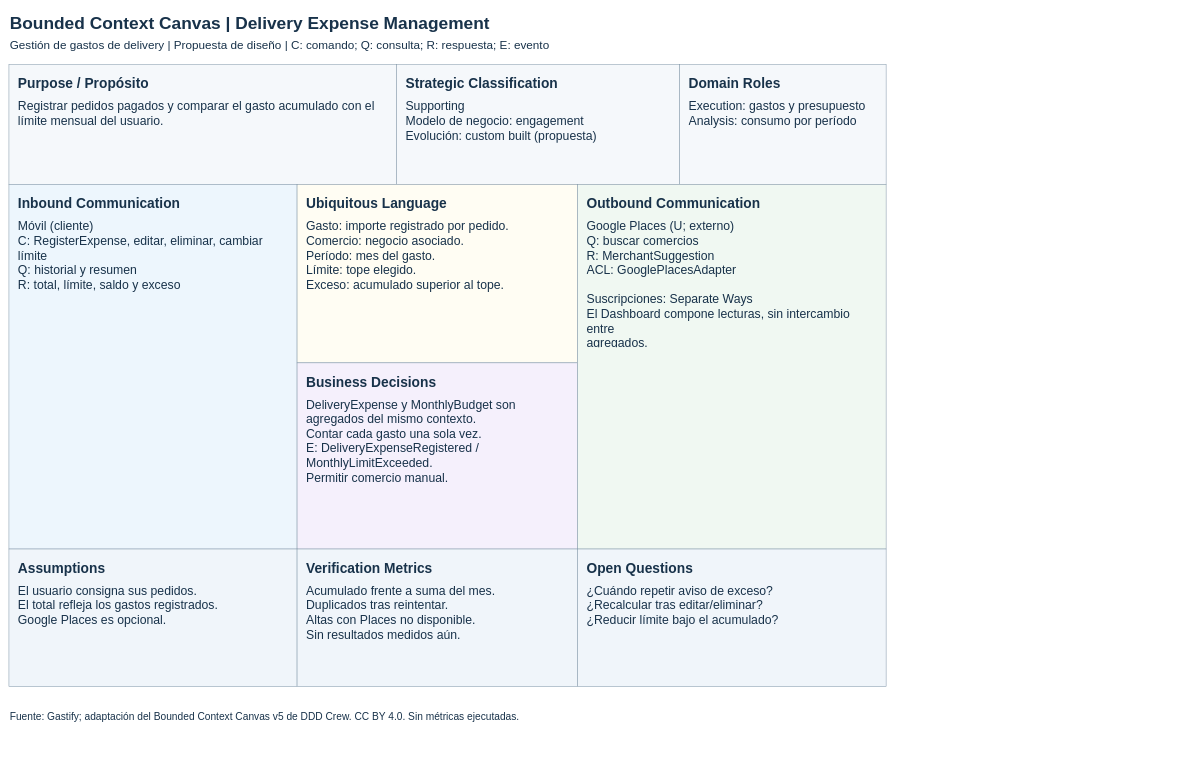
The draw.io diagram page "canvas-delivery" (6 of 10) of docs/diagrams/chapter_2/strategic-design.drawio in 1ACC0238-2620-4950-Gastify-CraveWallet/CraveWallet-Report, before the edit. Source tidied: cells renumbered, new cells numbered last; positions are measured from the earlier drawing's top-left corner, leaving out a move shared by most shapes. Both pictures are drawn from the tidied source at 51%, with x=0, y=0 at pixel (9, 9).
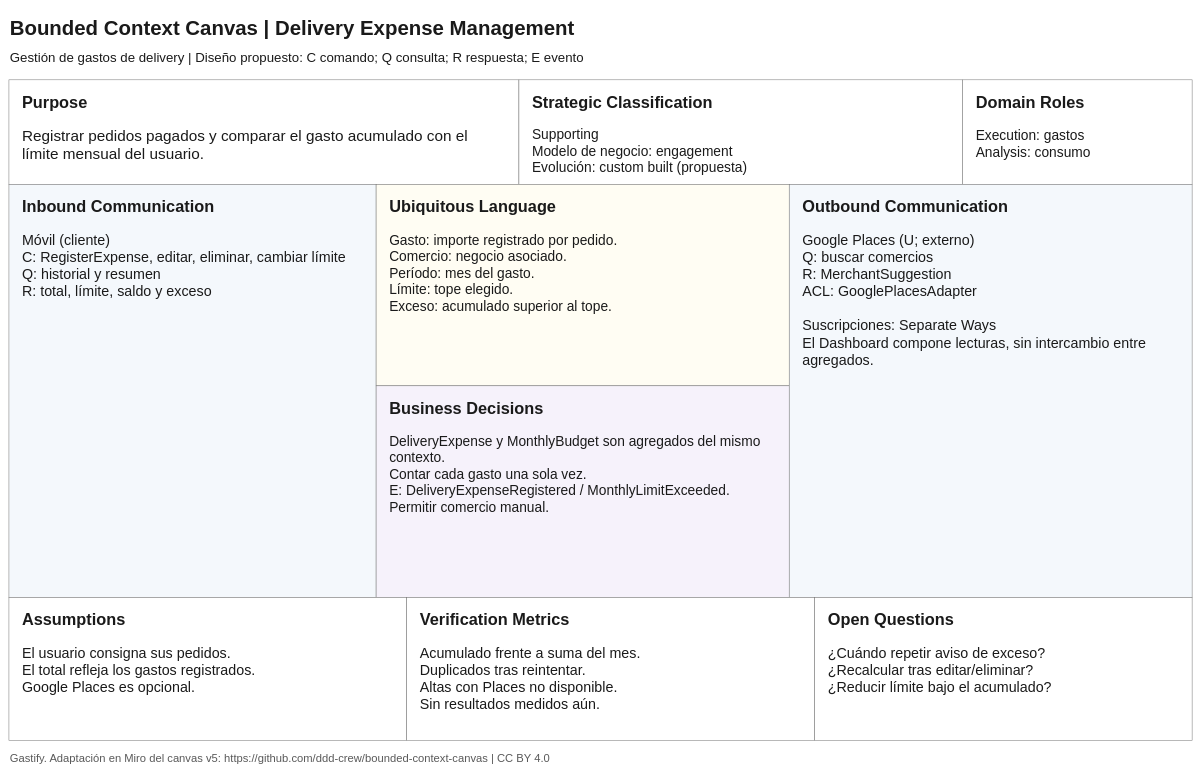
The same diagram, later.

Diff of the diagram source:
```diff
@@
-    <mxCell id="2" value="Bounded Context Canvas | Delivery Expense Management" style="text;html=0;align=left;verticalAlign=top;whiteSpace=wrap;overflow=hidden;fontFamily=Arial;fontSize=34;fontStyle=1;fontColor=#18324a;" parent="1" vertex="1">
-      <mxGeometry width="1720" height="49" as="geometry" />
+    <mxCell id="2" style="rounded=0;fillColor=#ffffff;strokeColor=#757575;dashed=0;" parent="1" vertex="1">
+      <mxGeometry y="139" width="1000" height="205" as="geometry" />
     </mxCell>
-    <mxCell id="3" value="Gestión de gastos de delivery | Propuesta de diseño | C: comando; Q: consulta; R: respuesta; E: evento" style="text;html=0;align=left;verticalAlign=top;whiteSpace=wrap;overflow=hidden;fontFamily=Arial;fontSize=23;fontStyle=0;fontColor=#18324a;" parent="1" vertex="1">
-      <mxGeometry y="52" width="1720" height="38" as="geometry" />
+    <mxCell id="3" style="rounded=0;fillColor=#ffffff;strokeColor=#757575;dashed=0;" parent="1" vertex="1">
+      <mxGeometry x="1000" y="139" width="870" height="205" as="geometry" />
     </mxCell>
-    <mxCell id="4" style="rounded=0;fillColor=#f5f8fb;strokeColor=#8196a8;dashed=0;" parent="1" vertex="1">
-      <mxGeometry y="109" width="760" height="235" as="geometry" />
+    <mxCell id="4" style="rounded=0;fillColor=#ffffff;strokeColor=#757575;dashed=0;" parent="1" vertex="1">
+      <mxGeometry x="1870" y="139" width="450" height="205" as="geometry" />
     </mxCell>
-    <mxCell id="5" value="Purpose / Propósito" style="text;html=0;align=left;verticalAlign=top;whiteSpace=wrap;overflow=hidden;fontFamily=Arial;fontSize=27;fontStyle=1;fontColor=#18324a;" parent="1" vertex="1">
-      <mxGeometry x="16" y="124" width="728" height="42" as="geometry" />
+    <mxCell id="5" style="rounded=0;fillColor=#f4f8fc;strokeColor=#757575;dashed=0;" parent="1" vertex="1">
+      <mxGeometry y="344" width="720" height="810" as="geometry" />
     </mxCell>
-    <mxCell id="6" value="Registrar pedidos pagados y comparar el gasto acumulado con el&#10;límite mensual del usuario." style="text;html=0;align=left;verticalAlign=top;whiteSpace=wrap;overflow=hidden;fontFamily=Arial;fontSize=24;fontStyle=0;fontColor=#18324a;" parent="1" vertex="1">
-      <mxGeometry x="16" y="170" width="728" height="70" as="geometry" />
+    <mxCell id="6" style="rounded=0;fillColor=#fffdf3;strokeColor=#757575;dashed=0;" parent="1" vertex="1">
+      <mxGeometry x="720" y="344" width="810" height="395" as="geometry" />
     </mxCell>
-    <mxCell id="7" style="rounded=0;fillColor=#f5f8fb;strokeColor=#8196a8;dashed=0;" parent="1" vertex="1">
-      <mxGeometry x="760" y="109" width="555" height="235" as="geometry" />
+    <mxCell id="7" style="rounded=0;fillColor=#f6f2fb;strokeColor=#757575;dashed=0;" parent="1" vertex="1">
+      <mxGeometry x="720" y="739" width="810" height="415" as="geometry" />
     </mxCell>
-    <mxCell id="8" value="Strategic Classification" style="text;html=0;align=left;verticalAlign=top;whiteSpace=wrap;overflow=hidden;fontFamily=Arial;fontSize=27;fontStyle=1;fontColor=#18324a;" parent="1" vertex="1">
-      <mxGeometry x="776" y="124" width="523" height="42" as="geometry" />
+    <mxCell id="8" style="rounded=0;fillColor=#f4f8fc;strokeColor=#757575;dashed=0;" parent="1" vertex="1">
+      <mxGeometry x="1530" y="344" width="790" height="810" as="geometry" />
     </mxCell>
-    <mxCell id="9" value="Supporting&#10;Modelo de negocio: engagement&#10;Evolución: custom built (propuesta)" style="text;html=0;align=left;verticalAlign=top;whiteSpace=wrap;overflow=hidden;fontFamily=Arial;fontSize=24;fontStyle=0;fontColor=#18324a;" parent="1" vertex="1">
-      <mxGeometry x="776" y="170" width="523" height="101" as="geometry" />
+    <mxCell id="9" style="rounded=0;fillColor=#ffffff;strokeColor=#757575;dashed=0;" parent="1" vertex="1">
+      <mxGeometry y="1154" width="780" height="280" as="geometry" />
     </mxCell>
-    <mxCell id="10" style="rounded=0;fillColor=#f5f8fb;strokeColor=#8196a8;dashed=0;" parent="1" vertex="1">
-      <mxGeometry x="1315" y="109" width="405" height="235" as="geometry" />
+    <mxCell id="10" style="rounded=0;fillColor=#ffffff;strokeColor=#757575;dashed=0;" parent="1" vertex="1">
+      <mxGeometry x="780" y="1154" width="800" height="280" as="geometry" />
     </mxCell>
-    <mxCell id="11" value="Domain Roles" style="text;html=0;align=left;verticalAlign=top;whiteSpace=wrap;overflow=hidden;fontFamily=Arial;fontSize=27;fontStyle=1;fontColor=#18324a;" parent="1" vertex="1">
-      <mxGeometry x="1331" y="124" width="373" height="42" as="geometry" />
+    <mxCell id="11" style="rounded=0;fillColor=#ffffff;strokeColor=#757575;dashed=0;" parent="1" vertex="1">
+      <mxGeometry x="1580" y="1154" width="740" height="280" as="geometry" />
     </mxCell>
-    <mxCell id="12" value="Execution: gastos y presupuesto&#10;Analysis: consumo por período" style="text;html=0;align=left;verticalAlign=top;whiteSpace=wrap;overflow=hidden;fontFamily=Arial;fontSize=24;fontStyle=0;fontColor=#18324a;" parent="1" vertex="1">
-      <mxGeometry x="1331" y="170" width="373" height="70" as="geometry" />
+    <mxCell id="12" value="Bounded Context Canvas | Delivery Expense Management" style="text;html=0;align=left;verticalAlign=top;whiteSpace=wrap;fontFamily=Arial;fontSize=40.0;fontStyle=1;fontColor=#1a1a1a;" parent="1" vertex="1">
+      <mxGeometry y="5.5" width="2320" height="46" as="geometry" />
     </mxCell>
-    <mxCell id="13" style="rounded=0;fillColor=#edf6fd;strokeColor=#8196a8;dashed=0;" parent="1" vertex="1">
-      <mxGeometry y="344" width="565" height="715" as="geometry" />
+    <mxCell id="13" value="Gestión de gastos de delivery | Diseño propuesto: C comando; Q consulta; R respuesta; E evento" style="text;html=0;align=left;verticalAlign=top;whiteSpace=wrap;fontFamily=Arial;fontSize=26.0;fontStyle=0;fontColor=#1a1a1a;" parent="1" vertex="1">
+      <mxGeometry y="73.5" width="2320" height="30" as="geometry" />
     </mxCell>
-    <mxCell id="14" value="Inbound Communication" style="text;html=0;align=left;verticalAlign=top;whiteSpace=wrap;overflow=hidden;fontFamily=Arial;fontSize=27;fontStyle=1;fontColor=#18324a;" parent="1" vertex="1">
-      <mxGeometry x="16" y="359" width="533" height="42" as="geometry" />
+    <mxCell id="14" value="Gastify. Adaptación en Miro del canvas v5: https://github.com/ddd-crew/bounded-context-canvas | CC BY 4.0" style="text;html=0;align=left;verticalAlign=top;whiteSpace=wrap;fontFamily=Arial;fontSize=22.0;fontStyle=0;fontColor=#595959;" parent="1" vertex="1">
+      <mxGeometry y="1449.5" width="2320" height="25.3" as="geometry" />
     </mxCell>
-    <mxCell id="15" value="Móvil (cliente)&#10;C: RegisterExpense, editar, eliminar, cambiar&#10;límite&#10;Q: historial y resumen&#10;R: total, límite, saldo y exceso" style="text;html=0;align=left;verticalAlign=top;whiteSpace=wrap;overflow=hidden;fontFamily=Arial;fontSize=24;fontStyle=0;fontColor=#18324a;" parent="1" vertex="1">
-      <mxGeometry x="16" y="405" width="533" height="163" as="geometry" />
+    <mxCell id="15" value="Purpose" style="text;html=0;align=left;verticalAlign=top;whiteSpace=wrap;fontFamily=Arial;fontSize=32.0;fontStyle=1;fontColor=#1a1a1a;" parent="1" vertex="1">
+      <mxGeometry x="24" y="156.5" width="952" height="37" as="geometry" />
     </mxCell>
-    <mxCell id="16" style="rounded=0;fillColor=#fffdf3;strokeColor=#8196a8;dashed=0;" parent="1" vertex="1">
-      <mxGeometry x="565" y="344" width="550" height="350" as="geometry" />
+    <mxCell id="16" value="Registrar pedidos pagados y comparar el gasto acumulado con el límite mensual del usuario." style="text;html=0;align=left;verticalAlign=top;whiteSpace=wrap;fontFamily=Arial;fontSize=30.0;fontStyle=0;fontColor=#1a1a1a;" parent="1" vertex="1">
+      <mxGeometry x="24" y="224" width="952" height="69" as="geometry" />
     </mxCell>
-    <mxCell id="17" value="Ubiquitous Language" style="text;html=0;align=left;verticalAlign=top;whiteSpace=wrap;overflow=hidden;fontFamily=Arial;fontSize=27;fontStyle=1;fontColor=#18324a;" parent="1" vertex="1">
-      <mxGeometry x="581" y="359" width="518" height="42" as="geometry" />
+    <mxCell id="17" value="Strategic Classification" style="text;html=0;align=left;verticalAlign=top;whiteSpace=wrap;fontFamily=Arial;fontSize=32.0;fontStyle=1;fontColor=#1a1a1a;" parent="1" vertex="1">
+      <mxGeometry x="1024" y="156.5" width="822" height="37" as="geometry" />
     </mxCell>
-    <mxCell id="18" value="Gasto: importe registrado por pedido.&#10;Comercio: negocio asociado.&#10;Período: mes del gasto.&#10;Límite: tope elegido.&#10;Exceso: acumulado superior al tope." style="text;html=0;align=left;verticalAlign=top;whiteSpace=wrap;overflow=hidden;fontFamily=Arial;fontSize=24;fontStyle=0;fontColor=#18324a;" parent="1" vertex="1">
-      <mxGeometry x="581" y="405" width="518" height="163" as="geometry" />
+    <mxCell id="18" value="Supporting&#10;Modelo de negocio: engagement&#10;Evolución: custom built (propuesta)" style="text;html=0;align=left;verticalAlign=top;whiteSpace=wrap;fontFamily=Arial;fontSize=27.0;fontStyle=0;fontColor=#1a1a1a;" parent="1" vertex="1">
+      <mxGeometry x="1024" y="224" width="822" height="93.1" as="geometry" />
     </mxCell>
-    <mxCell id="19" style="rounded=0;fillColor=#f5f0fc;strokeColor=#8196a8;dashed=0;" parent="1" vertex="1">
-      <mxGeometry x="565" y="694" width="550" height="365" as="geometry" />
+    <mxCell id="19" value="Domain Roles" style="text;html=0;align=left;verticalAlign=top;whiteSpace=wrap;fontFamily=Arial;fontSize=32.0;fontStyle=1;fontColor=#1a1a1a;" parent="1" vertex="1">
+      <mxGeometry x="1894" y="156.5" width="402" height="37" as="geometry" />
     </mxCell>
-    <mxCell id="20" value="Business Decisions" style="text;html=0;align=left;verticalAlign=top;whiteSpace=wrap;overflow=hidden;fontFamily=Arial;fontSize=27;fontStyle=1;fontColor=#18324a;" parent="1" vertex="1">
-      <mxGeometry x="581" y="709" width="518" height="42" as="geometry" />
+    <mxCell id="20" value="Execution: gastos&#10;Analysis: consumo" style="text;html=0;align=left;verticalAlign=top;whiteSpace=wrap;fontFamily=Arial;fontSize=27.0;fontStyle=0;fontColor=#1a1a1a;" parent="1" vertex="1">
+      <mxGeometry x="1894" y="225.5" width="402" height="62.1" as="geometry" />
     </mxCell>
-    <mxCell id="21" value="DeliveryExpense y MonthlyBudget son&#10;agregados del mismo contexto.&#10;Contar cada gasto una sola vez.&#10;E: DeliveryExpenseRegistered /&#10;MonthlyLimitExceeded.&#10;Permitir comercio manual." style="text;html=0;align=left;verticalAlign=top;whiteSpace=wrap;overflow=hidden;fontFamily=Arial;fontSize=24;fontStyle=0;fontColor=#18324a;" parent="1" vertex="1">
-      <mxGeometry x="581" y="755" width="518" height="194" as="geometry" />
+    <mxCell id="21" value="Inbound Communication" style="text;html=0;align=left;verticalAlign=top;whiteSpace=wrap;fontFamily=Arial;fontSize=32.0;fontStyle=1;fontColor=#1a1a1a;" parent="1" vertex="1">
+      <mxGeometry x="24" y="361.5" width="672" height="37" as="geometry" />
     </mxCell>
-    <mxCell id="22" style="rounded=0;fillColor=#f0f8f2;strokeColor=#8196a8;dashed=0;" parent="1" vertex="1">
-      <mxGeometry x="1115" y="344" width="605" height="715" as="geometry" />
+    <mxCell id="22" value="Móvil (cliente)&#10;C: RegisterExpense, editar, eliminar, cambiar límite&#10;Q: historial y resumen&#10;R: total, límite, saldo y exceso" style="text;html=0;align=left;verticalAlign=top;whiteSpace=wrap;fontFamily=Arial;fontSize=28.0;fontStyle=0;fontColor=#1a1a1a;" parent="1" vertex="1">
+      <mxGeometry x="24" y="430" width="672" height="160" as="geometry" />
     </mxCell>
-    <mxCell id="23" value="Outbound Communication" style="text;html=0;align=left;verticalAlign=top;whiteSpace=wrap;overflow=hidden;fontFamily=Arial;fontSize=27;fontStyle=1;fontColor=#18324a;" parent="1" vertex="1">
-      <mxGeometry x="1131" y="359" width="573" height="42" as="geometry" />
+    <mxCell id="23" value="Ubiquitous Language" style="text;html=0;align=left;verticalAlign=top;whiteSpace=wrap;fontFamily=Arial;fontSize=32.0;fontStyle=1;fontColor=#1a1a1a;" parent="1" vertex="1">
+      <mxGeometry x="744" y="361.5" width="762" height="37" as="geometry" />
     </mxCell>
-    <mxCell id="24" value="Google Places (U; externo)&#10;Q: buscar comercios&#10;R: MerchantSuggestion&#10;ACL: GooglePlacesAdapter&#10;&#10;Suscripciones: Separate Ways&#10;El Dashboard compone lecturas, sin intercambio entre&#10;agregados." style="text;html=0;align=left;verticalAlign=top;whiteSpace=wrap;overflow=hidden;fontFamily=Arial;fontSize=24;fontStyle=0;fontColor=#18324a;" parent="1" vertex="1">
-      <mxGeometry x="1131" y="405" width="573" height="256" as="geometry" />
+    <mxCell id="24" value="Gasto: importe registrado por pedido.&#10;Comercio: negocio asociado.&#10;Período: mes del gasto.&#10;Límite: tope elegido.&#10;Exceso: acumulado superior al tope." style="text;html=0;align=left;verticalAlign=top;whiteSpace=wrap;fontFamily=Arial;fontSize=27.0;fontStyle=0;fontColor=#1a1a1a;" parent="1" vertex="1">
+      <mxGeometry x="744" y="430.5" width="762" height="155.2" as="geometry" />
     </mxCell>
-    <mxCell id="25" style="rounded=0;fillColor=#f0f5fa;strokeColor=#8196a8;dashed=0;" parent="1" vertex="1">
-      <mxGeometry y="1059" width="565" height="270" as="geometry" />
+    <mxCell id="25" value="Business Decisions" style="text;html=0;align=left;verticalAlign=top;whiteSpace=wrap;fontFamily=Arial;fontSize=32.0;fontStyle=1;fontColor=#1a1a1a;" parent="1" vertex="1">
+      <mxGeometry x="744" y="756.5" width="762" height="37" as="geometry" />
     </mxCell>
-    <mxCell id="26" value="Assumptions" style="text;html=0;align=left;verticalAlign=top;whiteSpace=wrap;overflow=hidden;fontFamily=Arial;fontSize=27;fontStyle=1;fontColor=#18324a;" parent="1" vertex="1">
-      <mxGeometry x="16" y="1074" width="533" height="42" as="geometry" />
+    <mxCell id="26" value="DeliveryExpense y MonthlyBudget son agregados del mismo contexto.&#10;Contar cada gasto una sola vez.&#10;E: DeliveryExpenseRegistered / MonthlyLimitExceeded.&#10;Permitir comercio manual." style="text;html=0;align=left;verticalAlign=top;whiteSpace=wrap;fontFamily=Arial;fontSize=27.0;fontStyle=0;fontColor=#1a1a1a;" parent="1" vertex="1">
+      <mxGeometry x="744" y="825" width="762" height="185" as="geometry" />
     </mxCell>
-    <mxCell id="27" value="El usuario consigna sus pedidos.&#10;El total refleja los gastos registrados.&#10;Google Places es opcional." style="text;html=0;align=left;verticalAlign=top;whiteSpace=wrap;overflow=hidden;fontFamily=Arial;fontSize=24;fontStyle=0;fontColor=#18324a;" parent="1" vertex="1">
-      <mxGeometry x="16" y="1120" width="533" height="101" as="geometry" />
+    <mxCell id="27" value="Outbound Communication" style="text;html=0;align=left;verticalAlign=top;whiteSpace=wrap;fontFamily=Arial;fontSize=32.0;fontStyle=1;fontColor=#1a1a1a;" parent="1" vertex="1">
+      <mxGeometry x="1554" y="361.5" width="742" height="37" as="geometry" />
     </mxCell>
-    <mxCell id="28" style="rounded=0;fillColor=#f0f5fa;strokeColor=#8196a8;dashed=0;" parent="1" vertex="1">
-      <mxGeometry x="565" y="1059" width="550" height="270" as="geometry" />
+    <mxCell id="28" value="Google Places (U; externo)&#10;Q: buscar comercios&#10;R: MerchantSuggestion&#10;ACL: GooglePlacesAdapter&#10; &#10;Suscripciones: Separate Ways&#10;El Dashboard compone lecturas, sin intercambio entre agregados." style="text;html=0;align=left;verticalAlign=top;whiteSpace=wrap;fontFamily=Arial;fontSize=28.0;fontStyle=0;fontColor=#1a1a1a;" parent="1" vertex="1">
+      <mxGeometry x="1554" y="430" width="742" height="257.6" as="geometry" />
     </mxCell>
-    <mxCell id="29" value="Verification Metrics" style="text;html=0;align=left;verticalAlign=top;whiteSpace=wrap;overflow=hidden;fontFamily=Arial;fontSize=27;fontStyle=1;fontColor=#18324a;" parent="1" vertex="1">
-      <mxGeometry x="581" y="1074" width="518" height="42" as="geometry" />
+    <mxCell id="29" value="Assumptions" style="text;html=0;align=left;verticalAlign=top;whiteSpace=wrap;fontFamily=Arial;fontSize=32.0;fontStyle=1;fontColor=#1a1a1a;" parent="1" vertex="1">
+      <mxGeometry x="24" y="1171.5" width="732" height="37" as="geometry" />
     </mxCell>
-    <mxCell id="30" value="Acumulado frente a suma del mes.&#10;Duplicados tras reintentar.&#10;Altas con Places no disponible.&#10;Sin resultados medidos aún." style="text;html=0;align=left;verticalAlign=top;whiteSpace=wrap;overflow=hidden;fontFamily=Arial;fontSize=24;fontStyle=0;fontColor=#18324a;" parent="1" vertex="1">
-      <mxGeometry x="581" y="1120" width="518" height="132" as="geometry" />
+    <mxCell id="30" value="El usuario consigna sus pedidos.&#10;El total refleja los gastos registrados.&#10;Google Places es opcional." style="text;html=0;align=left;verticalAlign=top;whiteSpace=wrap;fontFamily=Arial;fontSize=28.0;fontStyle=0;fontColor=#1a1a1a;" parent="1" vertex="1">
+      <mxGeometry x="24" y="1240" width="732" height="96.6" as="geometry" />
     </mxCell>
-    <mxCell id="31" style="rounded=0;fillColor=#f0f5fa;strokeColor=#8196a8;dashed=0;" parent="1" vertex="1">
-      <mxGeometry x="1115" y="1059" width="605" height="270" as="geometry" />
+    <mxCell id="31" value="Verification Metrics" style="text;html=0;align=left;verticalAlign=top;whiteSpace=wrap;fontFamily=Arial;fontSize=32.0;fontStyle=1;fontColor=#1a1a1a;" parent="1" vertex="1">
+      <mxGeometry x="804" y="1171.5" width="752" height="37" as="geometry" />
     </mxCell>
-    <mxCell id="32" value="Open Questions" style="text;html=0;align=left;verticalAlign=top;whiteSpace=wrap;overflow=hidden;fontFamily=Arial;fontSize=27;fontStyle=1;fontColor=#18324a;" parent="1" vertex="1">
-      <mxGeometry x="1131" y="1074" width="573" height="42" as="geometry" />
+    <mxCell id="32" value="Acumulado frente a suma del mes.&#10;Duplicados tras reintentar.&#10;Altas con Places no disponible.&#10;Sin resultados medidos aún." style="text;html=0;align=left;verticalAlign=top;whiteSpace=wrap;fontFamily=Arial;fontSize=28.0;fontStyle=0;fontColor=#1a1a1a;" parent="1" vertex="1">
+      <mxGeometry x="804" y="1240" width="752" height="128.8" as="geometry" />
     </mxCell>
-    <mxCell id="33" value="¿Cuándo repetir aviso de exceso?&#10;¿Recalcular tras editar/eliminar?&#10;¿Reducir límite bajo el acumulado?" style="text;html=0;align=left;verticalAlign=top;whiteSpace=wrap;overflow=hidden;fontFamily=Arial;fontSize=24;fontStyle=0;fontColor=#18324a;" parent="1" vertex="1">
-      <mxGeometry x="1131" y="1120" width="573" height="101" as="geometry" />
+    <mxCell id="33" value="Open Questions" style="text;html=0;align=left;verticalAlign=top;whiteSpace=wrap;fontFamily=Arial;fontSize=32.0;fontStyle=1;fontColor=#1a1a1a;" parent="1" vertex="1">
+      <mxGeometry x="1604" y="1171.5" width="692" height="37" as="geometry" />
     </mxCell>
-    <mxCell id="34" value="Fuente: Gastify; adaptación del Bounded Context Canvas v5 de DDD Crew. CC BY 4.0. Sin métricas ejecutadas." style="text;html=0;align=left;verticalAlign=top;whiteSpace=wrap;overflow=hidden;fontFamily=Arial;fontSize=20;fontStyle=0;fontColor=#18324a;" parent="1" vertex="1">
-      <mxGeometry y="1368" width="1720" height="35" as="geometry" />
+    <mxCell id="34" value="¿Cuándo repetir aviso de exceso?&#10;¿Recalcular tras editar/eliminar?&#10;¿Reducir límite bajo el acumulado?" style="text;html=0;align=left;verticalAlign=top;whiteSpace=wrap;fontFamily=Arial;fontSize=28.0;fontStyle=0;fontColor=#1a1a1a;" parent="1" vertex="1">
+      <mxGeometry x="1604" y="1240" width="692" height="96.6" as="geometry" />
     </mxCell>
```
